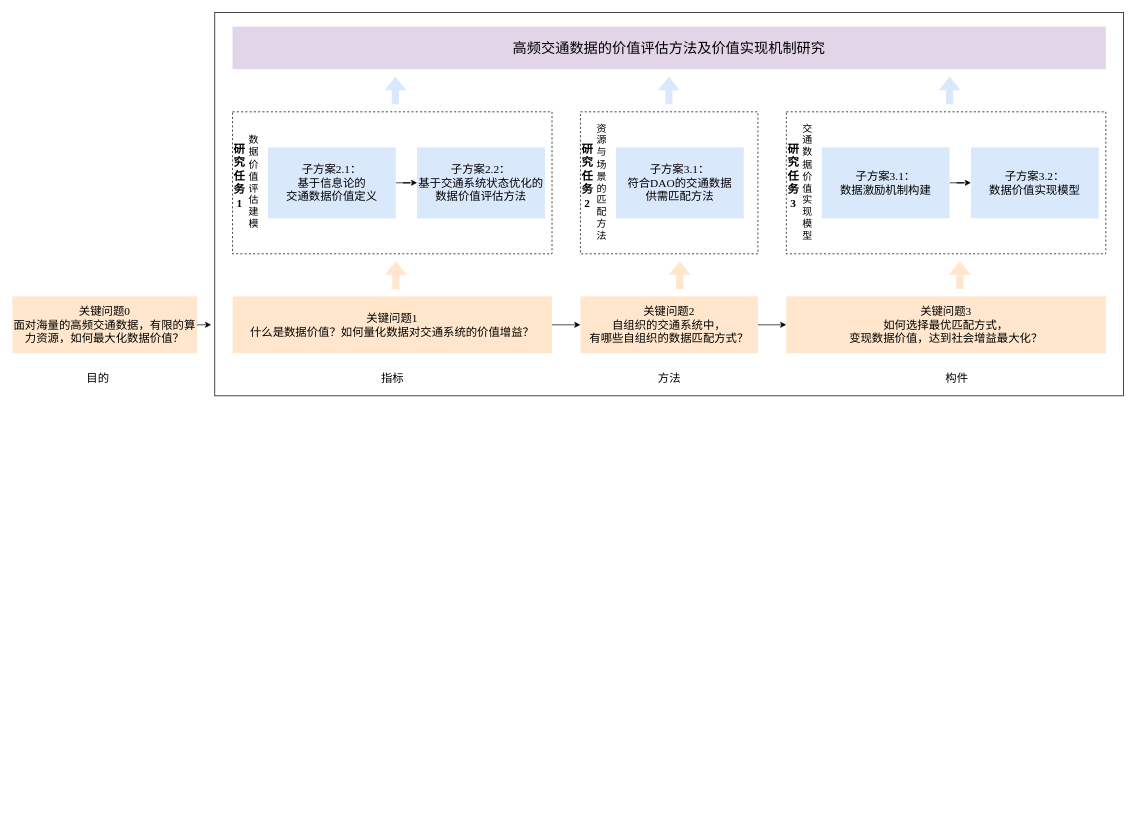
Earlier version of the draw.io diagram images/青基_研究路线.drawio (eveyuyi/pics_git). Source tidied: cells renumbered, new cells numbered last; positions are measured from the earlier drawing's top-left corner, leaving out a move shared by most shapes. Both pictures are drawn from the tidied source at 71%, with x=0, y=0 at pixel (12, 12).
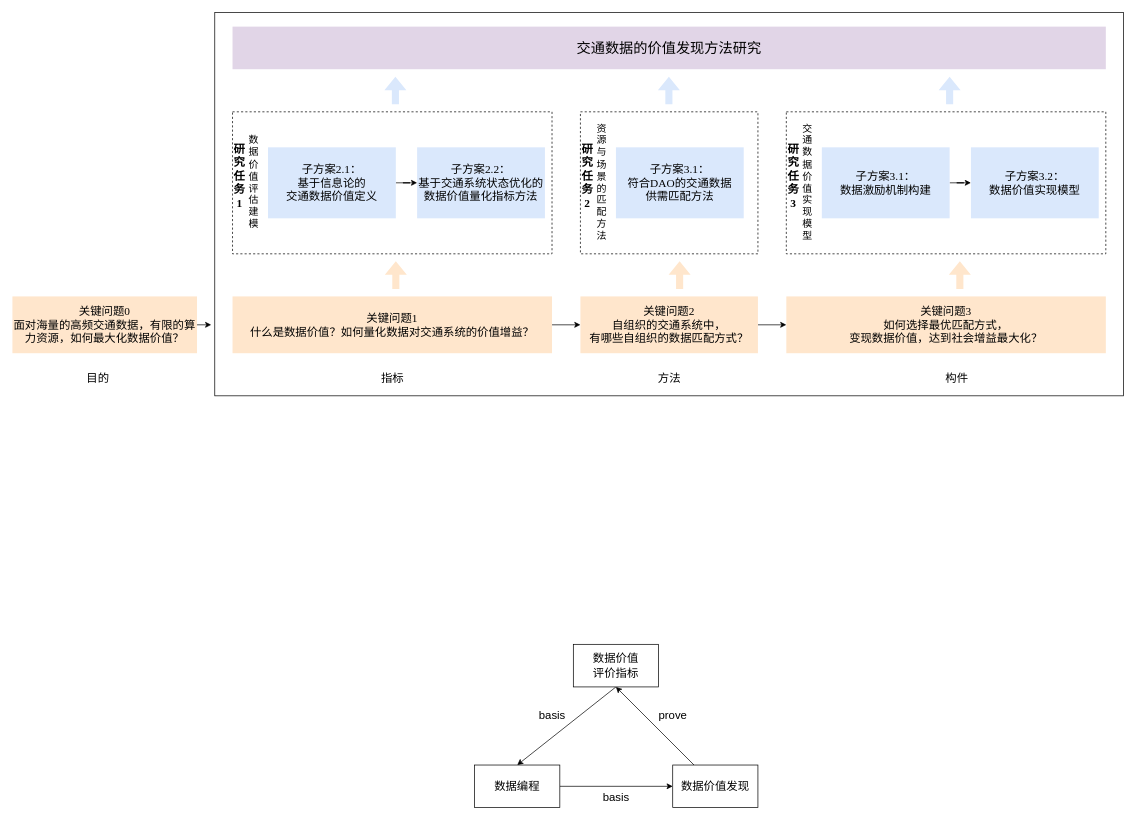
The same diagram, later.

Commit message:
Update 青基_研究路线.drawio

Diff of the diagram source:
```diff
@@
-    <mxCell id="3" value="&lt;font style=&quot;font-size: 20px;&quot;&gt;高频交通数据的价值评估方法及价值实现机制研究&lt;/font&gt;" style="rounded=0;whiteSpace=wrap;html=1;fillColor=#e1d5e7;strokeColor=none;fontSize=16;fontFamily=Times New Roman;" parent="1" vertex="1">
+    <mxCell id="3" value="&lt;font style=&quot;font-size: 20px;&quot;&gt;交通数据的价值发现方法研究&lt;/font&gt;" style="rounded=0;whiteSpace=wrap;html=1;fillColor=#e1d5e7;strokeColor=none;fontSize=16;fontFamily=Times New Roman;" parent="1" vertex="1">
       <mxGeometry x="310" y="20" width="1230" height="60" as="geometry" />
     </mxCell>
@@
-    <mxCell id="7" value="&lt;span style=&quot;font-weight: normal;&quot;&gt;子方案2.2：&lt;br&gt;基于交通系统状态优化的数据价值评估方法&lt;br&gt;&lt;/span&gt;" style="rounded=0;whiteSpace=wrap;html=1;fillColor=#dae8fc;strokeColor=none;fontSize=16;fontStyle=1;flipH=0;flipV=0;fontFamily=Times New Roman;" parent="1" vertex="1">
+    <mxCell id="7" value="&lt;span style=&quot;font-weight: normal;&quot;&gt;子方案2.2：&lt;br&gt;基于交通系统状态优化的数据价值量化指标方法&lt;br&gt;&lt;/span&gt;" style="rounded=0;whiteSpace=wrap;html=1;fillColor=#dae8fc;strokeColor=none;fontSize=16;fontStyle=1;flipH=0;flipV=0;fontFamily=Times New Roman;" parent="1" vertex="1">
       <mxGeometry x="570" y="190" width="180" height="100" as="geometry" />
     </mxCell>
@@
+    <mxCell id="37" style="edgeStyle=none;rounded=0;jettySize=auto;html=1;entryX=0.5;entryY=0;entryDx=0;entryDy=0;fontSize=16;exitX=0.5;exitY=1;exitDx=0;exitDy=0;" parent="1" edge="1" source="38" target="40">
+      <mxGeometry relative="1" as="geometry" />
+    </mxCell>
+    <mxCell id="38" value="数据价值&lt;br&gt;评价指标" style="rounded=0;whiteSpace=wrap;html=1;fontSize=16;" parent="1" vertex="1">
+      <mxGeometry x="790" y="890" width="120" height="60" as="geometry" />
+    </mxCell>
+    <mxCell id="39" style="edgeStyle=none;rounded=0;jettySize=auto;html=1;entryX=0;entryY=0.5;entryDx=0;entryDy=0;fontSize=16;" parent="1" edge="1" source="40" target="42">
+      <mxGeometry relative="1" as="geometry" />
+    </mxCell>
+    <mxCell id="40" value="数据编程" style="rounded=0;whiteSpace=wrap;html=1;fontSize=16;" parent="1" vertex="1">
+      <mxGeometry x="651" y="1060" width="120" height="60" as="geometry" />
+    </mxCell>
+    <mxCell id="41" style="rounded=0;jettySize=auto;html=1;entryX=0.5;entryY=1;entryDx=0;entryDy=0;fontSize=16;" parent="1" edge="1" source="42" target="38">
+      <mxGeometry relative="1" as="geometry" />
+    </mxCell>
+    <mxCell id="42" value="数据价值发现" style="rounded=0;whiteSpace=wrap;html=1;fontSize=16;" parent="1" vertex="1">
+      <mxGeometry x="930" y="1060" width="120" height="60" as="geometry" />
+    </mxCell>
+    <mxCell id="43" value="prove" style="text;html=1;align=center;verticalAlign=middle;strokeColor=none;fillColor=none;fontSize=16;" parent="1" vertex="1">
+      <mxGeometry x="900" y="975" width="60" height="30" as="geometry" />
+    </mxCell>
+    <mxCell id="44" value="basis" style="text;html=1;align=center;verticalAlign=middle;strokeColor=none;fillColor=none;fontSize=16;" parent="1" vertex="1">
+      <mxGeometry x="730" y="975" width="60" height="30" as="geometry" />
+    </mxCell>
+    <mxCell id="45" value="basis" style="text;html=1;align=center;verticalAlign=middle;strokeColor=none;fillColor=none;fontSize=16;" parent="1" vertex="1">
+      <mxGeometry x="820" y="1090" width="60" height="30" as="geometry" />
+    </mxCell>
```
